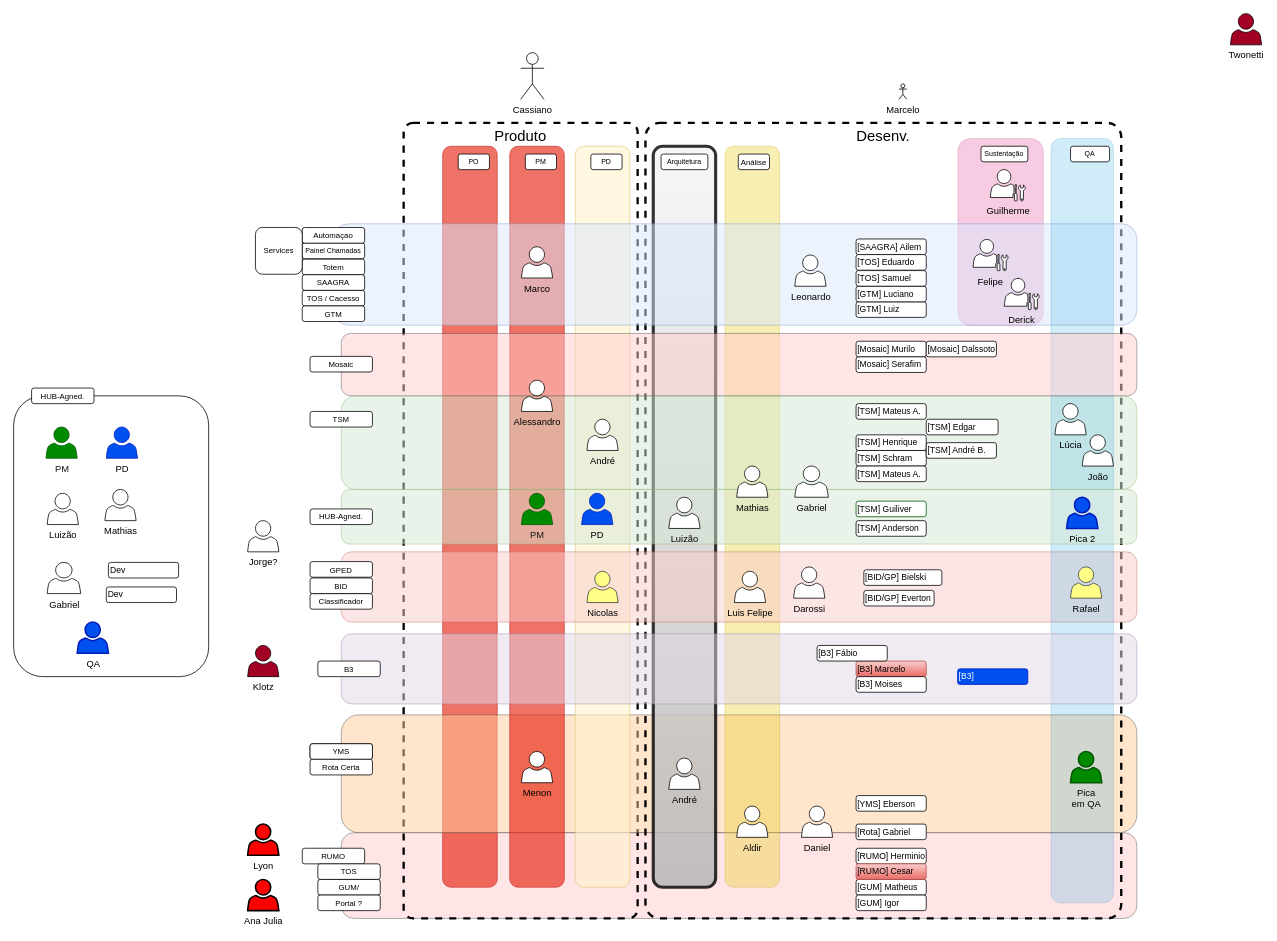
The draw.io diagram page "org" (3 of 3) of time_org_24.drawio in marcelopedroso/yms_tech, before the edit. Source tidied: cells renumbered, new cells numbered last; positions are measured from the earlier drawing's top-left corner, leaving out a move shared by most shapes. Both pictures are drawn from the tidied source at 78%, with x=0, y=0 at pixel (13, 13).
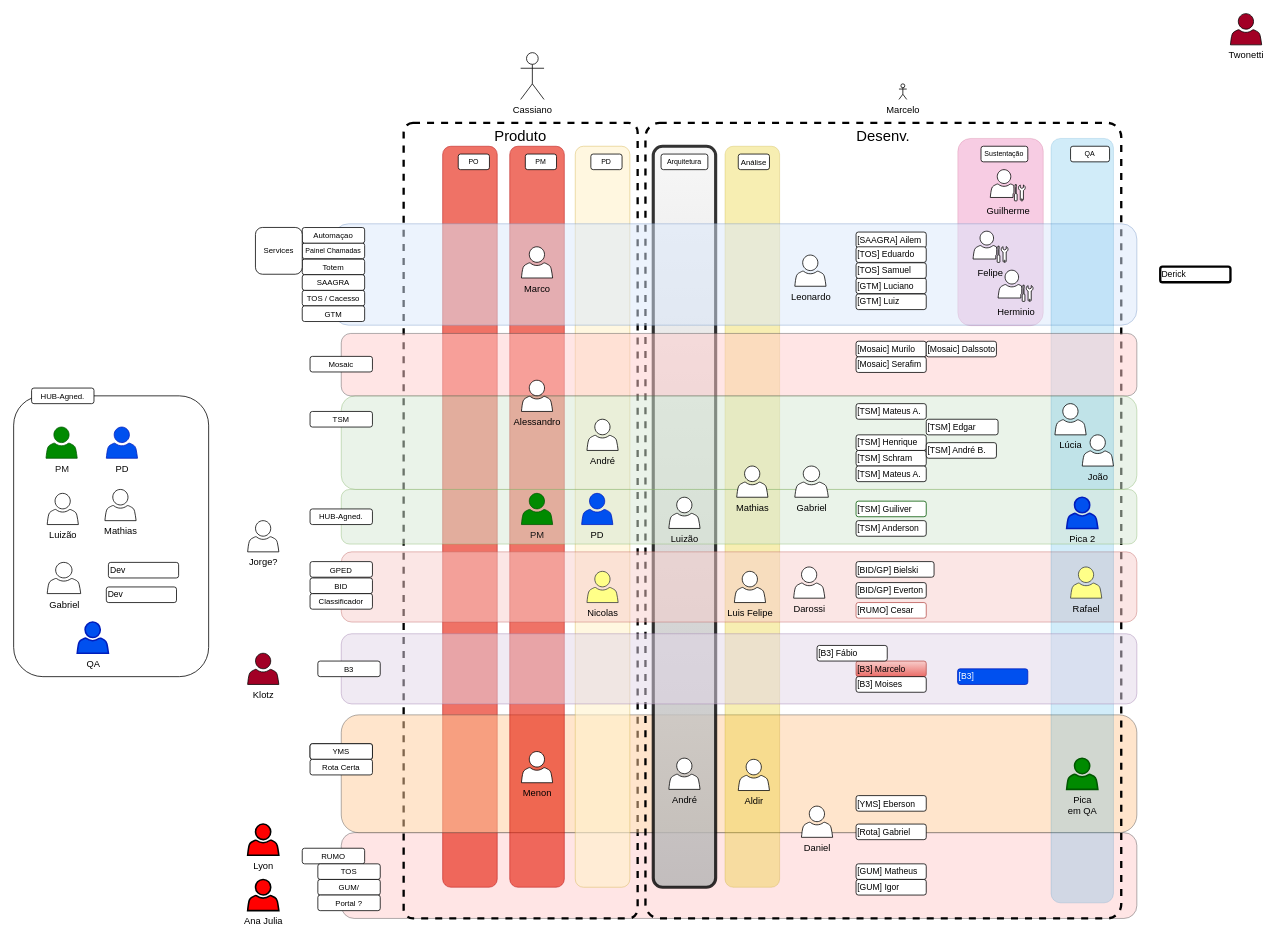
After the change.

Change to the diagram source:
```diff
@@
     <mxCell id="31" value="[SAAGRA] Ailem" style="rounded=1;whiteSpace=wrap;html=1;fontSize=11;align=left;" parent="1" vertex="1">
-      <mxGeometry x="1080" y="288.9" width="90" height="20" as="geometry" />
+      <mxGeometry x="1080" y="280" width="90" height="20" as="geometry" />
     </mxCell>
     <mxCell id="32" value="[BID/GP] Bielski" style="rounded=1;whiteSpace=wrap;html=1;fontSize=11;align=left;" parent="1" vertex="1">
-      <mxGeometry x="1090" y="713" width="100" height="20" as="geometry" />
+      <mxGeometry x="1080" y="702.5" width="100" height="20" as="geometry" />
     </mxCell>
     <mxCell id="33" value="[BID/GP] Everton" style="rounded=1;whiteSpace=wrap;html=1;fontSize=11;align=left;" parent="1" vertex="1">
-      <mxGeometry x="1090" y="739.4" width="90" height="20" as="geometry" />
+      <mxGeometry x="1080" y="729.4" width="90" height="20" as="geometry" />
     </mxCell>
@@
     <mxCell id="36" value="[GTM] Luiz" style="rounded=1;whiteSpace=wrap;html=1;fontSize=11;align=left;" parent="1" vertex="1">
-      <mxGeometry x="1080" y="369.4" width="90" height="20" as="geometry" />
+      <mxGeometry x="1080" y="359.4" width="90" height="20" as="geometry" />
     </mxCell>
     <mxCell id="37" value="[GTM] Luciano" style="rounded=1;whiteSpace=wrap;html=1;fontSize=11;align=left;" parent="1" vertex="1">
-      <mxGeometry x="1080" y="349.5" width="90" height="20" as="geometry" />
+      <mxGeometry x="1080" y="338.9" width="90" height="20" as="geometry" />
     </mxCell>
@@
     <mxCell id="45" value="[GUM] Matheus" style="rounded=1;whiteSpace=wrap;html=1;fontSize=11;align=left;" parent="1" vertex="1">
-      <mxGeometry x="1080" y="1110" width="90" height="20" as="geometry" />
+      <mxGeometry x="1080" y="1090" width="90" height="20" as="geometry" />
     </mxCell>
     <mxCell id="46" value="[GUM] Igor" style="rounded=1;whiteSpace=wrap;html=1;fontSize=11;align=left;" parent="1" vertex="1">
-      <mxGeometry x="1080" y="1130" width="90" height="20" as="geometry" />
+      <mxGeometry x="1080" y="1110" width="90" height="20" as="geometry" />
     </mxCell>
-    <mxCell id="47" value="[RUMO] Herminio" style="rounded=1;whiteSpace=wrap;html=1;fontSize=11;align=left;" parent="1" vertex="1">
-      <mxGeometry x="1080" y="1070" width="90" height="20" as="geometry" />
+    <mxCell id="47" value="Derick" style="rounded=1;whiteSpace=wrap;html=1;fontSize=11;align=left;strokeWidth=3;" parent="1" vertex="1">
+      <mxGeometry x="1470" y="324.4" width="90" height="20" as="geometry" />
     </mxCell>
@@
     <mxCell id="55" value="Aldir" style="sketch=0;shadow=0;dashed=0;html=1;labelPosition=center;verticalLabelPosition=bottom;verticalAlign=top;align=center;shape=mxgraph.office.users.user;" parent="1" vertex="1">
-      <mxGeometry x="927" y="1016" width="40" height="40" as="geometry" />
+      <mxGeometry x="929" y="956" width="40" height="40" as="geometry" />
     </mxCell>
@@
     <mxCell id="57" value="&lt;font color=&quot;#000000&quot;&gt;Felipe&lt;/font&gt;" style="sketch=0;shadow=0;dashed=0;html=1;labelPosition=center;verticalLabelPosition=bottom;verticalAlign=top;align=center;shape=mxgraph.office.users.administrator;" parent="1" vertex="1">
-      <mxGeometry x="1230" y="289.5" width="44.8" height="40" as="geometry" />
+      <mxGeometry x="1230" y="278.9" width="44.8" height="40" as="geometry" />
     </mxCell>
-    <mxCell id="58" value="&lt;font color=&quot;#000000&quot;&gt;Derick&lt;/font&gt;" style="sketch=0;shadow=0;dashed=0;html=1;labelPosition=center;verticalLabelPosition=bottom;verticalAlign=top;align=center;shape=mxgraph.office.users.administrator;" parent="1" vertex="1">
-      <mxGeometry x="1270" y="339.4" width="44.8" height="40" as="geometry" />
+    <mxCell id="58" value="&lt;font color=&quot;#000000&quot;&gt;Herminio&lt;/font&gt;" style="sketch=0;shadow=0;dashed=0;html=1;labelPosition=center;verticalLabelPosition=bottom;verticalAlign=top;align=center;shape=mxgraph.office.users.administrator;" parent="1" vertex="1">
+      <mxGeometry x="1262.1" y="328.9" width="44.8" height="40" as="geometry" />
     </mxCell>
     <mxCell id="59" value="[TOS] Samuel" style="rounded=1;whiteSpace=wrap;html=1;fontSize=11;align=left;" parent="1" vertex="1">
-      <mxGeometry x="1080" y="329.4" width="90" height="20" as="geometry" />
+      <mxGeometry x="1080" y="319.4" width="90" height="20" as="geometry" />
     </mxCell>
     <mxCell id="60" value="[TOS] Eduardo" style="rounded=1;whiteSpace=wrap;html=1;fontSize=11;align=left;" parent="1" vertex="1">
-      <mxGeometry x="1080" y="308.9" width="90" height="20" as="geometry" />
+      <mxGeometry x="1080" y="298.9" width="90" height="20" as="geometry" />
     </mxCell>
@@
     <mxCell id="87" value="Klotz" style="sketch=0;shadow=0;dashed=0;html=1;labelPosition=center;verticalLabelPosition=bottom;verticalAlign=top;align=center;shape=mxgraph.office.users.user;fillColor=#a20025;fontColor=#000000;strokeColor=#000000;" parent="1" vertex="1">
-      <mxGeometry x="300" y="810" width="40" height="40" as="geometry" />
+      <mxGeometry x="300" y="820" width="40" height="40" as="geometry" />
     </mxCell>
@@
     <mxCell id="99" value="Pica &lt;br&gt;em QA" style="sketch=0;shadow=0;dashed=0;html=1;labelPosition=center;verticalLabelPosition=bottom;verticalAlign=top;align=center;shape=mxgraph.office.users.user;fillColor=#008a00;fontColor=#030303;strokeColor=#005700;strokeWidth=2;" parent="1" vertex="1">
-      <mxGeometry x="1355" y="946" width="40" height="40" as="geometry" />
+      <mxGeometry x="1350" y="954.5" width="40" height="40" as="geometry" />
     </mxCell>
-    <mxCell id="100" value="[RUMO] Cesar" style="rounded=1;whiteSpace=wrap;html=1;fontSize=11;align=left;fillColor=#f8cecc;strokeColor=#b85450;fillStyle=dots;gradientColor=#ea6b66;" parent="1" vertex="1">
-      <mxGeometry x="1080" y="1090" width="90" height="20" as="geometry" />
+    <mxCell id="100" value="[RUMO] Cesar" style="rounded=1;whiteSpace=wrap;html=1;fontSize=11;align=left;fillColor=#FFFFFF;strokeColor=#b85450;fillStyle=auto;gradientColor=none;" parent="1" vertex="1">
+      <mxGeometry x="1080" y="755" width="90" height="20" as="geometry" />
     </mxCell>
```
